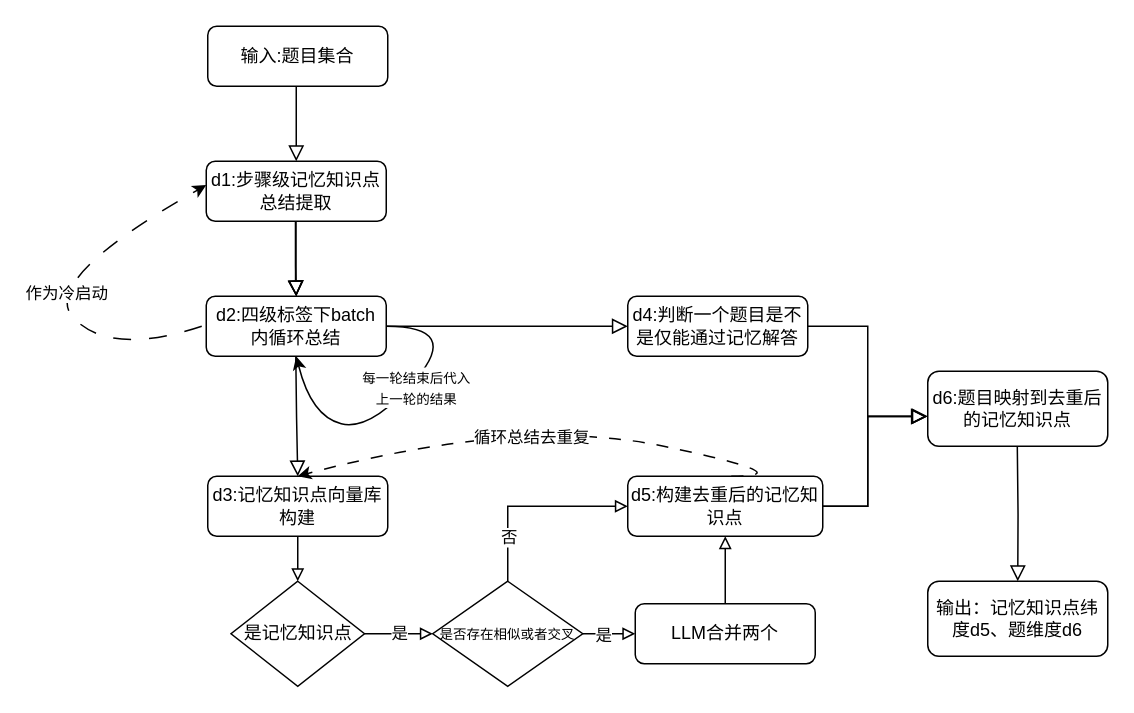
Above: 未命名绘图.drawio in urrethless/somework_graph-flow (draw.io), before the change. Source tidied: cells renumbered, new cells numbered last; positions are measured from the earlier drawing's top-left corner, leaving out a move shared by most shapes. Both pictures are drawn from the tidied source at 150%, with x=0, y=0 at pixel (36, 26).
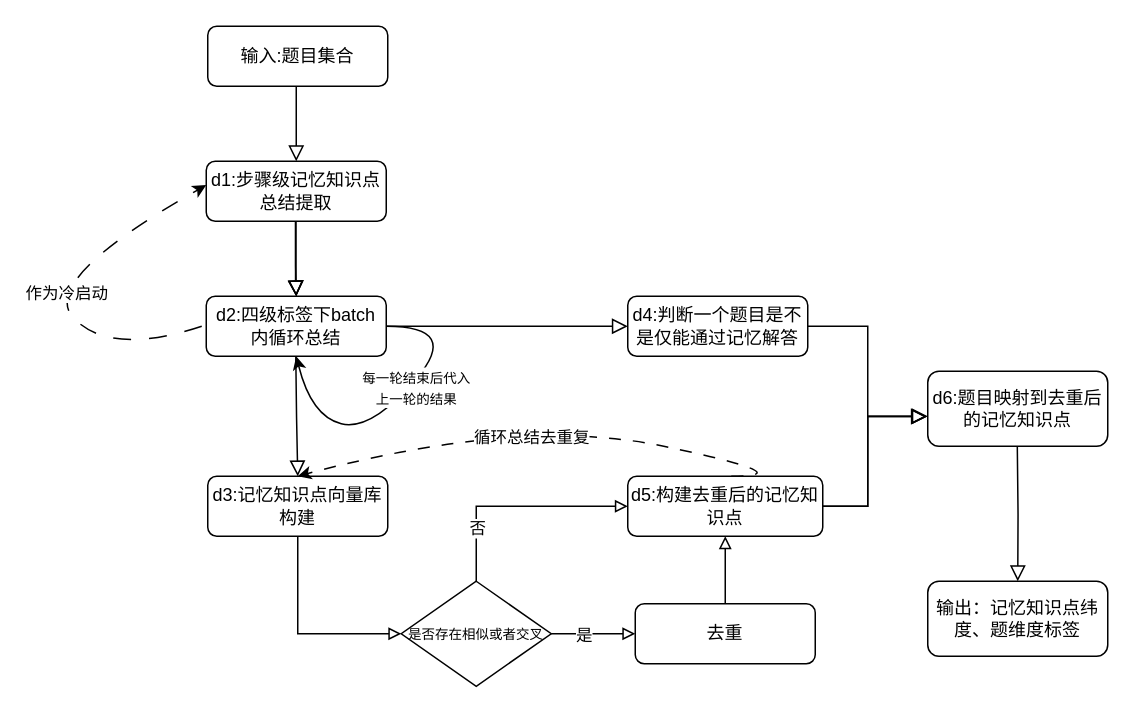
The same page after the edit.

Commit message:
更新未命名绘图.drawio

The change refers to these unchanged cells:
```xml
<mxCell id="26" value="d3:记忆知识点向量库构建" style="rounded=1;whiteSpace=wrap;html=1;fontSize=12;glass=0;strokeWidth=1;shadow=0;" parent="1" vertex="1">
  <mxGeometry x="114" y="300" width="120" height="40" as="geometry" />
</mxCell>
```

The edit, as a diff of the source:
```diff
@@
     <mxCell id="23" value="&lt;font style=&quot;font-size: 9px;&quot;&gt;是否存在相似或者交叉&lt;/font&gt;" style="rhombus;whiteSpace=wrap;html=1;" parent="1" vertex="1">
-      <mxGeometry x="264" y="370" width="100" height="70" as="geometry" />
+      <mxGeometry x="243" y="370" width="100" height="70" as="geometry" />
     </mxCell>
@@
-    <mxCell id="25" style="edgeStyle=orthogonalEdgeStyle;rounded=0;jettySize=auto;html=1;exitX=0.5;exitY=1;exitDx=0;exitDy=0;entryX=0.5;entryY=0;entryDx=0;entryDy=0;endArrow=block;endFill=0;" parent="1" edge="1" source="26" target="35">
+    <mxCell id="25" style="edgeStyle=orthogonalEdgeStyle;rounded=0;jettySize=auto;html=1;exitX=0.5;exitY=1;exitDx=0;exitDy=0;entryX=0;entryY=0.5;entryDx=0;entryDy=0;endArrow=block;endFill=0;" parent="1" edge="1" source="26" target="23">
       <mxGeometry relative="1" as="geometry" />
     </mxCell>
@@
-    <mxCell id="28" value="LLM合并两个" style="rounded=1;whiteSpace=wrap;html=1;fontSize=12;glass=0;strokeWidth=1;shadow=0;" parent="1" vertex="1">
+    <mxCell id="28" value="去重" style="rounded=1;whiteSpace=wrap;html=1;fontSize=12;glass=0;strokeWidth=1;shadow=0;" parent="1" vertex="1">
       <mxGeometry x="399" y="385" width="120" height="40" as="geometry" />
     </mxCell>
@@
-    <mxCell id="32" value="输出：记忆知识点纬度d5、题维度d6" style="rounded=1;whiteSpace=wrap;html=1;fontSize=12;glass=0;strokeWidth=1;shadow=0;" parent="1" vertex="1">
+    <mxCell id="32" value="输出：记忆知识点纬度、题维度标签" style="rounded=1;whiteSpace=wrap;html=1;fontSize=12;glass=0;strokeWidth=1;shadow=0;" parent="1" vertex="1">
       <mxGeometry x="594" y="370" width="120" height="50" as="geometry" />
     </mxCell>
@@
-    <mxCell id="34" value="是" style="edgeStyle=orthogonalEdgeStyle;rounded=0;jettySize=auto;html=1;exitX=1;exitY=0.5;exitDx=0;exitDy=0;entryX=0;entryY=0.5;entryDx=0;entryDy=0;endArrow=block;endFill=0;" parent="1" edge="1" source="35" target="23">
-      <mxGeometry relative="1" as="geometry" />
-    </mxCell>
-    <mxCell id="35" value="是记忆知识点" style="rhombus;whiteSpace=wrap;html=1;" parent="1" vertex="1">
-      <mxGeometry x="129.5" y="370" width="89" height="70" as="geometry" />
-    </mxCell>
```
